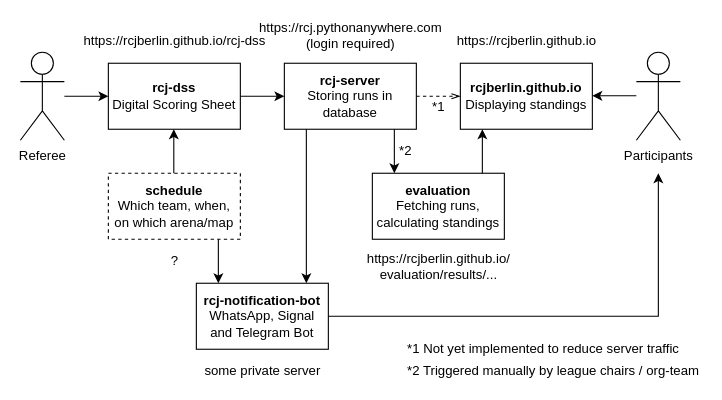
This is docs/structure_rcj_berlin.drawio from rcjberlin/GENERAL, a draw.io file, before an edit. Source tidied: cells renumbered, new cells numbered last; positions are measured from the earlier drawing's top-left corner, leaving out a move shared by most shapes. Both pictures are drawn from the tidied source at 110%, with x=0, y=0 at pixel (20, 19).
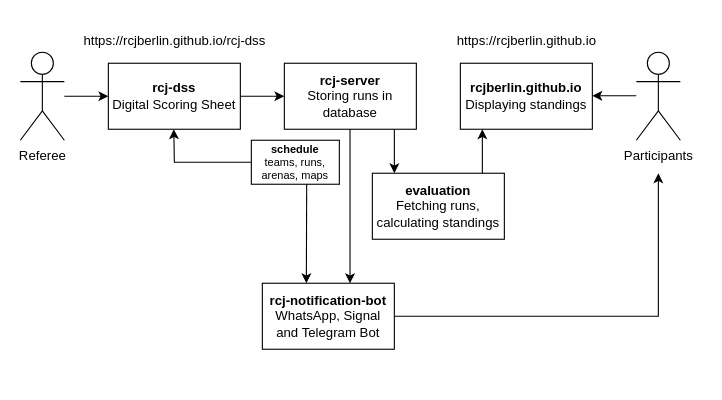
After the change.

Commit message (it also covers changes not shown here):
update architecture diagram

Unchanged cells that the change refers to:
```xml
<mxCell id="6" value="&lt;div&gt;&lt;b&gt;rcj-server&lt;/b&gt;&lt;/div&gt;&lt;div&gt;Storing runs in database&lt;br&gt;&lt;/div&gt;" style="rounded=0;whiteSpace=wrap;html=1;" parent="1" vertex="1">
  <mxGeometry x="240" y="40" width="120" height="60" as="geometry" />
</mxCell>
<mxCell id="8" value="&lt;div&gt;&lt;b&gt;rcjberlin.github.io&lt;/b&gt;&lt;/div&gt;&lt;div&gt;Displaying standings&lt;br&gt;&lt;b&gt;&lt;/b&gt;&lt;/div&gt;" style="rounded=0;whiteSpace=wrap;html=1;" parent="1" vertex="1">
  <mxGeometry x="400" y="40" width="120" height="60" as="geometry" />
</mxCell>
```

What changed in the source:
```diff
@@
-    <mxCell id="2" value="&lt;div&gt;Referee&lt;/div&gt;" style="shape=umlActor;verticalLabelPosition=bottom;labelBackgroundColor=#ffffff;verticalAlign=top;html=1;" parent="1" vertex="1">
+    <mxCell id="2" value="&lt;div&gt;Referee&lt;/div&gt;" style="shape=umlActor;verticalLabelPosition=bottom;labelBackgroundColor=none;verticalAlign=top;html=1;" parent="1" vertex="1">
       <mxGeometry y="30" width="40" height="80" as="geometry" />
     </mxCell>
@@
-    <mxCell id="5" style="edgeStyle=orthogonalEdgeStyle;rounded=0;jettySize=auto;html=1;exitX=1;exitY=0.5;exitDx=0;exitDy=0;entryX=0;entryY=0.5;entryDx=0;entryDy=0;startArrow=none;startFill=0;dashed=1;endArrow=openThin;endFill=0;" parent="1" edge="1" source="6" target="8">
-      <mxGeometry relative="1" as="geometry" />
-    </mxCell>
@@
-    <mxCell id="9" value="&lt;div&gt;Participants&lt;/div&gt;" style="shape=umlActor;verticalLabelPosition=bottom;labelBackgroundColor=#ffffff;verticalAlign=top;html=1;" parent="1" vertex="1">
+    <mxCell id="9" value="&lt;div&gt;Participants&lt;/div&gt;" style="shape=umlActor;verticalLabelPosition=bottom;labelBackgroundColor=none;verticalAlign=top;html=1;" parent="1" vertex="1">
       <mxGeometry x="560" y="30" width="40" height="80" as="geometry" />
     </mxCell>
@@
-    <mxCell id="15" value="&lt;div&gt;https://rcj.pythonanywhere.com&lt;/div&gt;&lt;div&gt;(login required)&lt;br&gt;&lt;/div&gt;" style="text;html=1;align=center;verticalAlign=middle;" parent="1" vertex="1">
-      <mxGeometry x="210" width="180" height="30" as="geometry" />
-    </mxCell>
@@
-    <mxCell id="17" value="*1" style="text;html=1;align=center;verticalAlign=middle;" parent="1" vertex="1">
-      <mxGeometry x="365" y="70" width="30" height="20" as="geometry" />
-    </mxCell>
-    <mxCell id="18" value="*2" style="text;html=1;align=center;verticalAlign=middle;" parent="1" vertex="1">
-      <mxGeometry x="335" y="110" width="30" height="20" as="geometry" />
-    </mxCell>
-    <mxCell id="19" value="&lt;div align=&quot;left&quot;&gt;*1 Not yet implemented to reduce server traffic&lt;br&gt;&lt;/div&gt;" style="text;html=1;align=left;verticalAlign=middle;" parent="1" vertex="1">
-      <mxGeometry x="350" y="290" width="260" height="20" as="geometry" />
-    </mxCell>
-    <mxCell id="20" value="&lt;div align=&quot;left&quot;&gt;*2 Triggered manually by league chairs / org-team&lt;/div&gt;" style="text;html=1;align=left;verticalAlign=middle;" parent="1" vertex="1">
-      <mxGeometry x="350" y="310" width="270" height="20" as="geometry" />
-    </mxCell>
-    <mxCell id="21" value="https://rcjberlin.github.io/&lt;br&gt;evaluation/results/..." style="text;html=1;align=center;verticalAlign=middle;" parent="1" vertex="1">
-      <mxGeometry x="310" y="210" width="140" height="30" as="geometry" />
-    </mxCell>
-    <mxCell id="22" value="&lt;b&gt;rcj-notification-bot&lt;/b&gt;&lt;div&gt;WhatsApp, Signal and Telegram Bot&lt;br&gt;&lt;/div&gt;" style="rounded=0;whiteSpace=wrap;html=1;" parent="1" vertex="1">
-      <mxGeometry x="160" y="240" width="120" height="60" as="geometry" />
-    </mxCell>
     <mxCell id="23" style="endArrow=classic;html=1;" parent="1" edge="1">
       <mxGeometry relative="1" as="geometry">
-        <mxPoint x="260" y="100" as="sourcePoint" />
-        <mxPoint x="260" y="240" as="targetPoint" />
+        <mxPoint x="299.7" y="100" as="sourcePoint" />
+        <mxPoint x="299.7" y="240" as="targetPoint" />
       </mxGeometry>
     </mxCell>
-    <mxCell id="24" style="endArrow=classic;html=1;rounded=0;" parent="1" edge="1">
+    <mxCell id="24" style="endArrow=classic;html=1;rounded=0;startArrow=none;" parent="1" edge="1" source="22">
       <mxGeometry relative="1" as="geometry">
-        <mxPoint x="280" y="270" as="sourcePoint" />
         <mxPoint x="580" y="140" as="targetPoint" />
         <Array as="points">
           <mxPoint x="580" y="270" />
         </Array>
       </mxGeometry>
     </mxCell>
-    <mxCell id="25" value="&lt;div&gt;&lt;b&gt;schedule&lt;/b&gt;&lt;/div&gt;&lt;div&gt;Which team, when, on which arena/map&lt;br&gt;&lt;/div&gt;" style="rounded=0;whiteSpace=wrap;html=1;dashed=1;" parent="1" vertex="1">
-      <mxGeometry x="80" y="140" width="120" height="60" as="geometry" />
+    <mxCell id="25" value="&lt;div style=&quot;font-size: 10px&quot;&gt;&lt;b&gt;&lt;font style=&quot;font-size: 10px&quot;&gt;schedule&lt;/font&gt;&lt;/b&gt;&lt;/div&gt;&lt;div style=&quot;font-size: 10px&quot;&gt;&lt;font style=&quot;font-size: 10px&quot;&gt;teams, runs, arenas, maps&lt;/font&gt;&lt;br&gt;&lt;/div&gt;" style="rounded=0;whiteSpace=wrap;html=1;" parent="1" vertex="1">
+      <mxGeometry x="210" y="110" width="80" height="40" as="geometry" />
     </mxCell>
-    <mxCell id="26" style="endArrow=classic;html=1;" parent="1" edge="1">
+    <mxCell id="26" style="endArrow=classic;html=1;jumpSize=6;rounded=0;" parent="1" edge="1">
       <mxGeometry relative="1" as="geometry">
-        <mxPoint x="139.5" y="140" as="sourcePoint" />
+        <mxPoint x="210" y="130" as="sourcePoint" />
         <mxPoint x="139.5" y="100" as="targetPoint" />
+        <Array as="points">
+          <mxPoint x="140" y="130" />
+        </Array>
       </mxGeometry>
     </mxCell>
     <mxCell id="27" style="endArrow=classic;html=1;" parent="1" edge="1">
       <mxGeometry relative="1" as="geometry">
-        <mxPoint x="180" y="200" as="sourcePoint" />
-        <mxPoint x="180" y="240" as="targetPoint" />
+        <mxPoint x="260.3" y="150" as="sourcePoint" />
+        <mxPoint x="260" y="240" as="targetPoint" />
       </mxGeometry>
     </mxCell>
-    <mxCell id="28" value="some private server" style="text;html=1;align=center;verticalAlign=middle;" parent="1" vertex="1">
-      <mxGeometry x="160" y="310" width="120" height="20" as="geometry" />
-    </mxCell>
-    <mxCell id="29" value="?" style="text;html=1;align=center;verticalAlign=middle;" parent="1" vertex="1">
-      <mxGeometry x="130" y="210" width="20" height="20" as="geometry" />
-    </mxCell>
+    <mxCell id="22" value="&lt;b&gt;rcj-notification-bot&lt;/b&gt;&lt;div&gt;WhatsApp, Signal and Telegram Bot&lt;br&gt;&lt;/div&gt;" style="rounded=0;whiteSpace=wrap;html=1;" parent="1" vertex="1">
+      <mxGeometry x="220" y="240" width="120" height="60" as="geometry" />
+    </mxCell>
```
